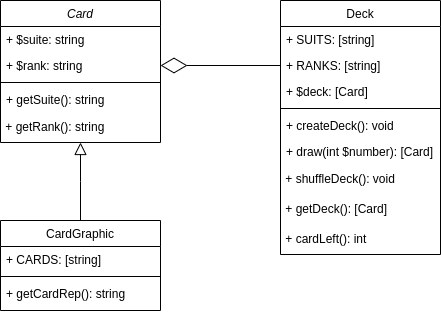
Earlier version of the draw.io export public/img/uml.png (vic0rsan/mvc-report). Source tidied: cells renumbered, new cells last; positions are measured from the earlier drawing's top-left corner, leaving out a move shared by most shapes. Source of this version:
```xml
<mxGraphModel>
  <root>
    <mxCell id="0" />
    <mxCell id="1" parent="0" />
    <mxCell id="2" value="Card" style="swimlane;fontStyle=2;align=center;verticalAlign=top;horizontal=1;startSize=26;rounded=0;shadow=0;strokeWidth=1;" parent="1" vertex="1">
      <mxGeometry width="160" height="142" as="geometry" />
    </mxCell>
    <mxCell id="3" value="+ $suite: string" style="text;align=left;verticalAlign=top;spacingLeft=4;spacingRight=4;overflow=hidden;" parent="2" vertex="1">
      <mxGeometry y="26" width="160" height="26" as="geometry" />
    </mxCell>
    <mxCell id="4" value="+ $rank: string" style="text;align=left;verticalAlign=top;spacingLeft=4;spacingRight=4;overflow=hidden;points=[[0,0.5],[1,0.5]];portConstraint=eastwest;rounded=0;shadow=0;html=0;" parent="2" vertex="1">
      <mxGeometry y="52" width="160" height="26" as="geometry" />
    </mxCell>
    <mxCell id="5" style="line;html=1;strokeWidth=1;align=left;verticalAlign=middle;spacingTop=-1;spacingLeft=3;spacingRight=3;labelPosition=right;" parent="2" vertex="1">
      <mxGeometry y="78" width="160" height="8" as="geometry" />
    </mxCell>
    <mxCell id="6" value="+ getSuite(): string" style="text;align=left;verticalAlign=top;spacingLeft=4;spacingRight=4;overflow=hidden;" parent="2" vertex="1">
      <mxGeometry y="86" width="160" height="26" as="geometry" />
    </mxCell>
    <mxCell id="7" value="&amp;nbsp;+ getRank(): string" style="text;html=1;strokeColor=none;fillColor=none;align=left;verticalAlign=middle;whiteSpace=wrap;rounded=0;" parent="2" vertex="1">
      <mxGeometry y="112" width="160" height="30" as="geometry" />
    </mxCell>
    <mxCell id="8" value="CardGraphic" style="swimlane;fontStyle=0;align=center;verticalAlign=top;horizontal=1;startSize=26;rounded=0;shadow=0;strokeWidth=1;" parent="1" vertex="1">
      <mxGeometry y="220" width="160" height="90" as="geometry" />
    </mxCell>
    <mxCell id="9" value="+ CARDS: [string]" style="text;align=left;verticalAlign=top;spacingLeft=4;spacingRight=4;overflow=hidden;" parent="8" vertex="1">
      <mxGeometry y="26" width="160" height="26" as="geometry" />
    </mxCell>
    <mxCell id="10" style="line;html=1;strokeWidth=1;align=left;verticalAlign=middle;spacingTop=-1;spacingLeft=3;spacingRight=3;labelPosition=right;" parent="8" vertex="1">
      <mxGeometry y="52" width="160" height="8" as="geometry" />
    </mxCell>
    <mxCell id="11" value="+ getCardRep(): string" style="text;align=left;verticalAlign=top;spacingLeft=4;spacingRight=4;overflow=hidden;fontStyle=0;" parent="8" vertex="1">
      <mxGeometry y="60" width="160" height="30" as="geometry" />
    </mxCell>
    <mxCell id="12" style="endArrow=block;endSize=10;endFill=0;shadow=0;strokeWidth=1;rounded=0;edgeStyle=elbowEdgeStyle;elbow=vertical;" parent="1" edge="1" source="8" target="2">
      <mxGeometry relative="1" as="geometry" />
    </mxCell>
    <mxCell id="13" value="Deck" style="swimlane;fontStyle=0;align=center;verticalAlign=top;horizontal=1;startSize=26;rounded=0;shadow=0;strokeWidth=1;" parent="1" vertex="1">
      <mxGeometry x="280" width="160" height="254" as="geometry" />
    </mxCell>
    <mxCell id="14" value="+ SUITS: [string]" style="text;align=left;verticalAlign=top;spacingLeft=4;spacingRight=4;overflow=hidden;rounded=0;shadow=0;html=0;" parent="13" vertex="1">
      <mxGeometry y="26" width="160" height="26" as="geometry" />
    </mxCell>
    <mxCell id="15" value="+ RANKS: [string]" style="text;align=left;verticalAlign=top;spacingLeft=4;spacingRight=4;overflow=hidden;points=[[0,0.5],[1,0.5]];portConstraint=eastwest;rounded=0;shadow=0;html=0;" parent="13" vertex="1">
      <mxGeometry y="52" width="160" height="26" as="geometry" />
    </mxCell>
    <mxCell id="16" value="+ $deck: [Card]" style="text;align=left;verticalAlign=top;spacingLeft=4;spacingRight=4;overflow=hidden;" parent="13" vertex="1">
      <mxGeometry y="78" width="160" height="26" as="geometry" />
    </mxCell>
    <mxCell id="17" style="line;html=1;strokeWidth=1;align=left;verticalAlign=middle;spacingTop=-1;spacingLeft=3;spacingRight=3;labelPosition=right;" parent="13" vertex="1">
      <mxGeometry y="104" width="160" height="8" as="geometry" />
    </mxCell>
    <mxCell id="18" value="+ createDeck(): void" style="text;align=left;verticalAlign=top;spacingLeft=4;spacingRight=4;overflow=hidden;" parent="13" vertex="1">
      <mxGeometry y="112" width="160" height="26" as="geometry" />
    </mxCell>
    <mxCell id="19" value="+ draw(int $number): [Card]" style="text;align=left;verticalAlign=top;spacingLeft=4;spacingRight=4;overflow=hidden;" parent="13" vertex="1">
      <mxGeometry y="138" width="160" height="26" as="geometry" />
    </mxCell>
    <mxCell id="20" value="&amp;nbsp;+ shuffleDeck(): void" style="text;html=1;strokeColor=none;fillColor=none;align=left;verticalAlign=middle;whiteSpace=wrap;rounded=0;" parent="13" vertex="1">
      <mxGeometry y="164" width="160" height="30" as="geometry" />
    </mxCell>
    <mxCell id="21" value="&amp;nbsp;+ getDeck(): [Card]" style="text;html=1;strokeColor=none;fillColor=none;align=left;verticalAlign=middle;whiteSpace=wrap;rounded=0;" parent="13" vertex="1">
      <mxGeometry y="194" width="160" height="30" as="geometry" />
    </mxCell>
    <mxCell id="22" value="&amp;nbsp;+ cardLeft(): int" style="text;html=1;strokeColor=none;fillColor=none;align=left;verticalAlign=middle;whiteSpace=wrap;rounded=0;" parent="13" vertex="1">
      <mxGeometry y="224" width="160" height="30" as="geometry" />
    </mxCell>
    <mxCell id="23" style="endArrow=diamondThin;endFill=0;endSize=24;html=1;rounded=0;entryX=1;entryY=0.5;entryDx=0;entryDy=0;exitX=0;exitY=0.5;exitDx=0;exitDy=0;" parent="1" edge="1" source="15" target="4">
      <mxGeometry relative="1" as="geometry" />
    </mxCell>
  </root>
</mxGraphModel>
```
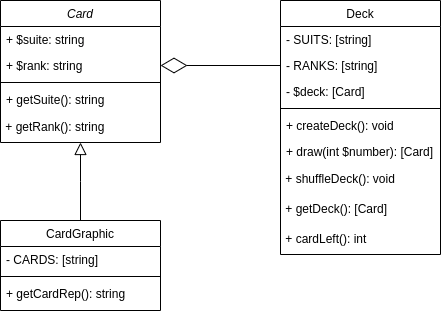
The same file after the commit.

Commit message:
Fixed UML attributes

Diff of the diagram source:
```diff
@@ -23,7 +23,7 @@
     <mxCell id="8" value="CardGraphic" style="swimlane;fontStyle=0;align=center;verticalAlign=top;horizontal=1;startSize=26;rounded=0;shadow=0;strokeWidth=1;" parent="1" vertex="1">
       <mxGeometry y="220" width="160" height="90" as="geometry" />
     </mxCell>
-    <mxCell id="9" value="+ CARDS: [string]" style="text;align=left;verticalAlign=top;spacingLeft=4;spacingRight=4;overflow=hidden;" parent="8" vertex="1">
+    <mxCell id="9" value="- CARDS: [string]" style="text;align=left;verticalAlign=top;spacingLeft=4;spacingRight=4;overflow=hidden;" parent="8" vertex="1">
       <mxGeometry y="26" width="160" height="26" as="geometry" />
     </mxCell>
     <mxCell id="10" style="line;html=1;strokeWidth=1;align=left;verticalAlign=middle;spacingTop=-1;spacingLeft=3;spacingRight=3;labelPosition=right;" parent="8" vertex="1">
@@ -38,13 +38,13 @@
     <mxCell id="13" value="Deck" style="swimlane;fontStyle=0;align=center;verticalAlign=top;horizontal=1;startSize=26;rounded=0;shadow=0;strokeWidth=1;" parent="1" vertex="1">
       <mxGeometry x="280" width="160" height="254" as="geometry" />
     </mxCell>
-    <mxCell id="14" value="+ SUITS: [string]" style="text;align=left;verticalAlign=top;spacingLeft=4;spacingRight=4;overflow=hidden;rounded=0;shadow=0;html=0;" parent="13" vertex="1">
+    <mxCell id="14" value="- SUITS: [string]" style="text;align=left;verticalAlign=top;spacingLeft=4;spacingRight=4;overflow=hidden;rounded=0;shadow=0;html=0;" parent="13" vertex="1">
       <mxGeometry y="26" width="160" height="26" as="geometry" />
     </mxCell>
-    <mxCell id="15" value="+ RANKS: [string]" style="text;align=left;verticalAlign=top;spacingLeft=4;spacingRight=4;overflow=hidden;points=[[0,0.5],[1,0.5]];portConstraint=eastwest;rounded=0;shadow=0;html=0;" parent="13" vertex="1">
+    <mxCell id="15" value="- RANKS: [string]" style="text;align=left;verticalAlign=top;spacingLeft=4;spacingRight=4;overflow=hidden;points=[[0,0.5],[1,0.5]];portConstraint=eastwest;rounded=0;shadow=0;html=0;" parent="13" vertex="1">
       <mxGeometry y="52" width="160" height="26" as="geometry" />
     </mxCell>
-    <mxCell id="16" value="+ $deck: [Card]" style="text;align=left;verticalAlign=top;spacingLeft=4;spacingRight=4;overflow=hidden;" parent="13" vertex="1">
+    <mxCell id="16" value="- $deck: [Card]" style="text;align=left;verticalAlign=top;spacingLeft=4;spacingRight=4;overflow=hidden;" parent="13" vertex="1">
       <mxGeometry y="78" width="160" height="26" as="geometry" />
     </mxCell>
     <mxCell id="17" style="line;html=1;strokeWidth=1;align=left;verticalAlign=middle;spacingTop=-1;spacingLeft=3;spacingRight=3;labelPosition=right;" parent="13" vertex="1">
```
